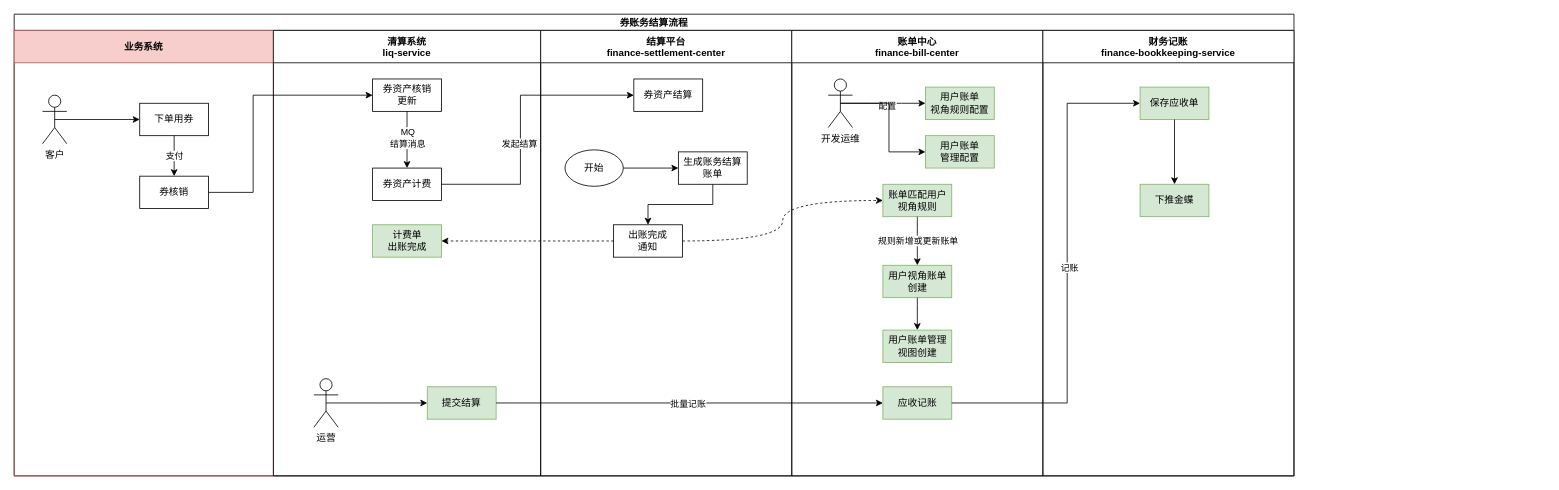
Above: page "账务结算流程" (11 of 11) of 券资产.drawio in JannLim/design (draw.io), before the change. Source tidied: cells renumbered, new cells numbered last; positions are measured from the earlier drawing's top-left corner, leaving out a move shared by most shapes. Both pictures are drawn from the tidied source at 81%, with x=0, y=0 at pixel (14, 14).
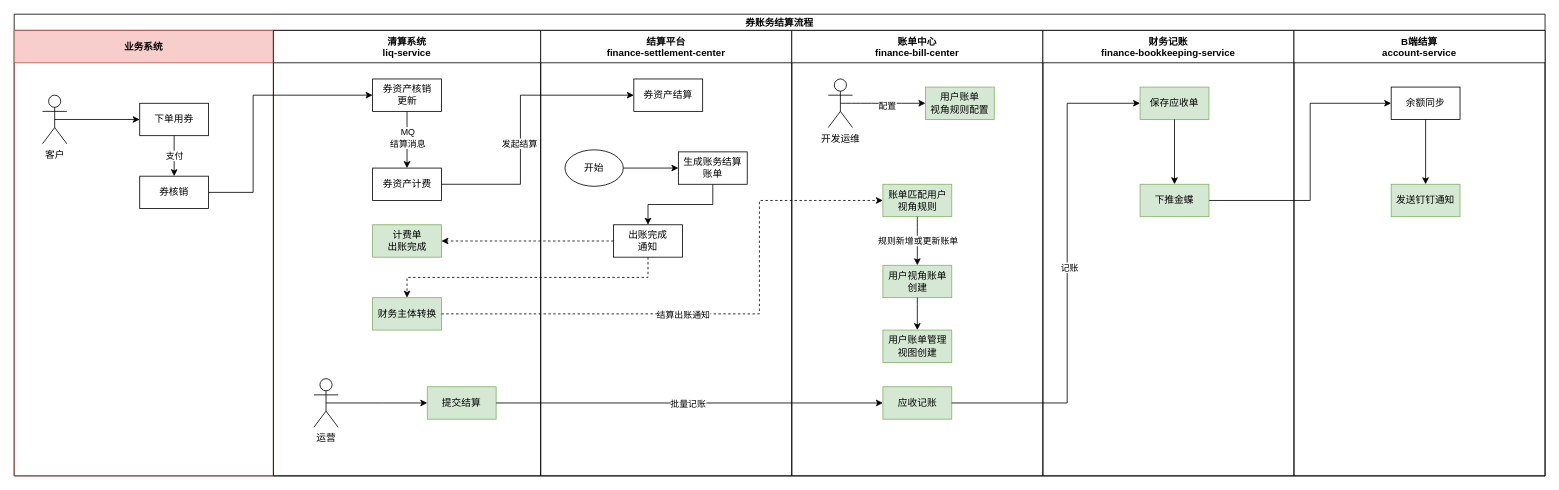
The same page after the edit.

Unchanged cells that the change refers to:
```xml
<mxCell id="9" value="清算系统&#10;liq-service" style="swimlane;startSize=40;" parent="2" vertex="1">
  <mxGeometry x="320" y="20" width="330" height="550" as="geometry" />
</mxCell>
<mxCell id="24" value="出账完成&lt;br&gt;通知" style="rounded=0;whiteSpace=wrap;html=1;" parent="18" vertex="1">
  <mxGeometry x="90" y="240" width="85" height="40" as="geometry" />
</mxCell>
<mxCell id="25" value="账单中心&#10;finance-bill-center" style="swimlane;startSize=40;" parent="2" vertex="1">
  <mxGeometry x="960" y="20" width="310" height="550" as="geometry" />
</mxCell>
<mxCell id="30" value="开发运维" style="shape=umlActor;verticalLabelPosition=bottom;verticalAlign=top;html=1;outlineConnect=0;" parent="25" vertex="1">
  <mxGeometry x="45" y="60" width="30" height="60" as="geometry" />
</mxCell>
<mxCell id="31" value="账单匹配用户视角规则" style="rounded=0;whiteSpace=wrap;html=1;fillColor=#d5e8d4;strokeColor=#82b366;" parent="25" vertex="1">
  <mxGeometry x="112.5" y="190" width="85" height="40" as="geometry" />
</mxCell>
<mxCell id="50" value="下推金蝶" style="rounded=0;whiteSpace=wrap;html=1;fillColor=#d5e8d4;strokeColor=#82b366;" parent="1" vertex="1">
  <mxGeometry x="1390" y="210" width="85" height="40" as="geometry" />
</mxCell>
```

The edit, as a diff of the source:
```diff
@@
     <mxCell id="2" value="券账务结算流程" style="swimlane;startSize=20;" parent="1" vertex="1">
-      <mxGeometry width="1580" height="570" as="geometry" />
+      <mxGeometry width="1890" height="570" as="geometry" />
     </mxCell>
@@
+    <mxCell id="52" value="财务主体转换" style="rounded=0;whiteSpace=wrap;html=1;fillColor=#d5e8d4;strokeColor=#82b366;" parent="9" vertex="1">
+      <mxGeometry x="122.5" y="330" width="85" height="40" as="geometry" />
+    </mxCell>
@@
-    <mxCell id="29" style="edgeStyle=orthogonalEdgeStyle;rounded=0;jettySize=auto;html=1;exitX=0.5;exitY=0.5;exitDx=0;exitDy=0;exitPerimeter=0;entryX=0;entryY=0.5;entryDx=0;entryDy=0;" parent="25" edge="1" source="30" target="37">
-      <mxGeometry relative="1" as="geometry" />
-    </mxCell>
@@
-    <mxCell id="37" value="用户账单&lt;br&gt;管理配置" style="rounded=0;whiteSpace=wrap;html=1;fillColor=#d5e8d4;strokeColor=#82b366;" parent="25" vertex="1">
-      <mxGeometry x="165" y="130" width="85" height="40" as="geometry" />
-    </mxCell>
@@
+    <mxCell id="53" value="B端结算&#10;account-service" style="swimlane;startSize=40;" parent="2" vertex="1">
+      <mxGeometry x="1580" y="20" width="310" height="550" as="geometry" />
+    </mxCell>
+    <mxCell id="54" value="余额同步" style="rounded=0;whiteSpace=wrap;html=1;" parent="53" vertex="1">
+      <mxGeometry x="120" y="70" width="85" height="40" as="geometry" />
+    </mxCell>
@@
-    <mxCell id="45" style="edgeStyle=orthogonalEdgeStyle;curved=1;rounded=0;jettySize=auto;html=1;exitX=1;exitY=0.5;exitDx=0;exitDy=0;entryX=0;entryY=0.5;entryDx=0;entryDy=0;dashed=1;" parent="2" edge="1" source="24" target="31">
-      <mxGeometry relative="1" as="geometry" />
-    </mxCell>
@@
+    <mxCell id="55" style="edgeStyle=orthogonalEdgeStyle;rounded=0;jettySize=auto;html=1;exitX=0.5;exitY=1;exitDx=0;exitDy=0;dashed=1;" parent="2" edge="1" source="24" target="52">
+      <mxGeometry relative="1" as="geometry" />
+    </mxCell>
+    <mxCell id="56" style="edgeStyle=orthogonalEdgeStyle;rounded=0;jettySize=auto;html=1;exitX=1;exitY=0.5;exitDx=0;exitDy=0;entryX=0;entryY=0.5;entryDx=0;entryDy=0;dashed=1;" parent="2" edge="1" source="52" target="31">
+      <mxGeometry relative="1" as="geometry">
+        <Array as="points">
+          <mxPoint x="920" y="370" />
+          <mxPoint x="920" y="230" />
+        </Array>
+      </mxGeometry>
+    </mxCell>
+    <mxCell id="57" value="结算出账通知" style="edgeLabel;html=1;align=center;verticalAlign=middle;" parent="56" vertex="1">
+      <mxGeometry x="-0.13" y="-2" relative="1" as="geometry">
+        <mxPoint y="-2" as="offset" />
+      </mxGeometry>
+    </mxCell>
+    <mxCell id="58" style="edgeStyle=orthogonalEdgeStyle;rounded=0;jettySize=auto;html=1;exitX=1;exitY=0.5;exitDx=0;exitDy=0;entryX=0;entryY=0.5;entryDx=0;entryDy=0;fillColor=#d5e8d4;strokeColor=#000000;" parent="1" edge="1" source="50" target="54">
+      <mxGeometry relative="1" as="geometry">
+        <Array as="points">
+          <mxPoint x="1600" y="230" />
+          <mxPoint x="1600" y="110" />
+        </Array>
+      </mxGeometry>
+    </mxCell>
@@
+    <mxCell id="59" value="发送钉钉通知" style="rounded=0;whiteSpace=wrap;html=1;fillColor=#d5e8d4;strokeColor=#82b366;" parent="1" vertex="1">
+      <mxGeometry x="1700" y="210" width="85" height="40" as="geometry" />
+    </mxCell>
+    <mxCell id="60" style="edgeStyle=orthogonalEdgeStyle;rounded=0;jettySize=auto;html=1;strokeColor=#000000;" parent="1" edge="1" source="54" target="59">
+      <mxGeometry relative="1" as="geometry" />
+    </mxCell>
```
